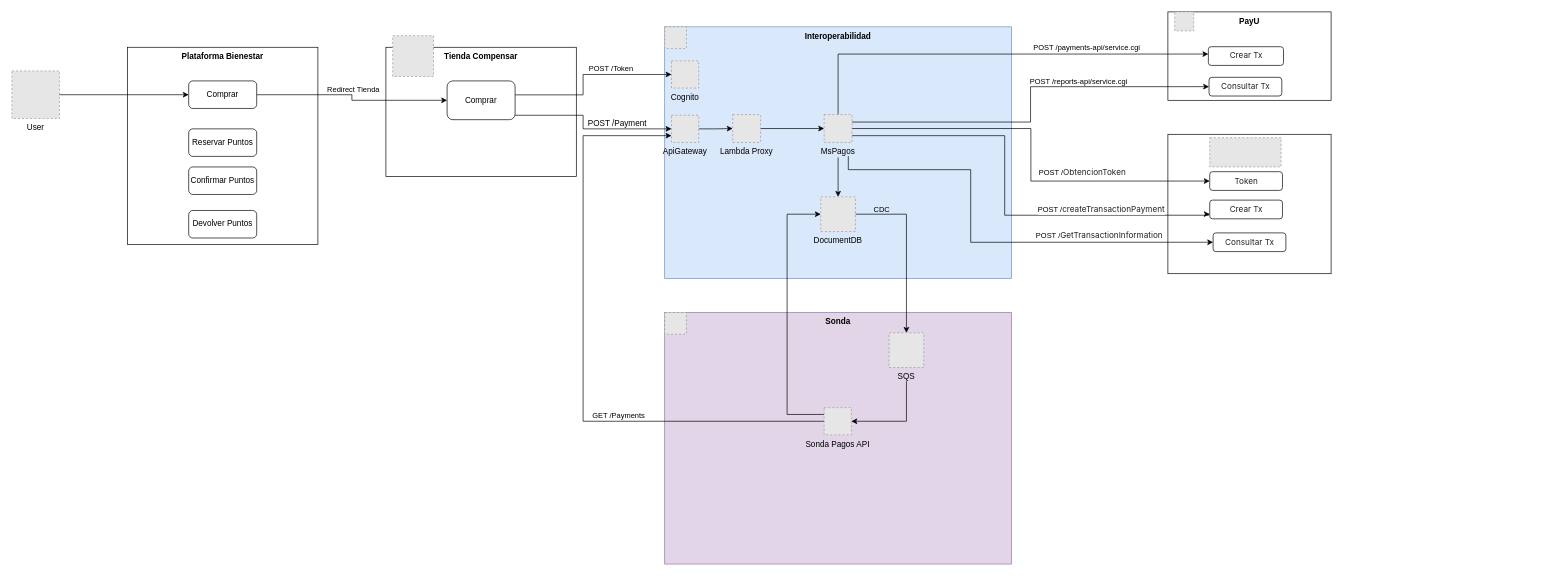
Before: R+D.drawio in carlosvalderrama1204/diagrams, a draw.io diagram. Source tidied: cells renumbered, new cells numbered last; positions are measured from the earlier drawing's top-left corner, leaving out a move shared by most shapes. Both pictures are drawn from the tidied source at 68%, with x=0, y=0 at pixel (12, 12). Pictures stored in the file or linked from it are replaced by grey dashed boxes.
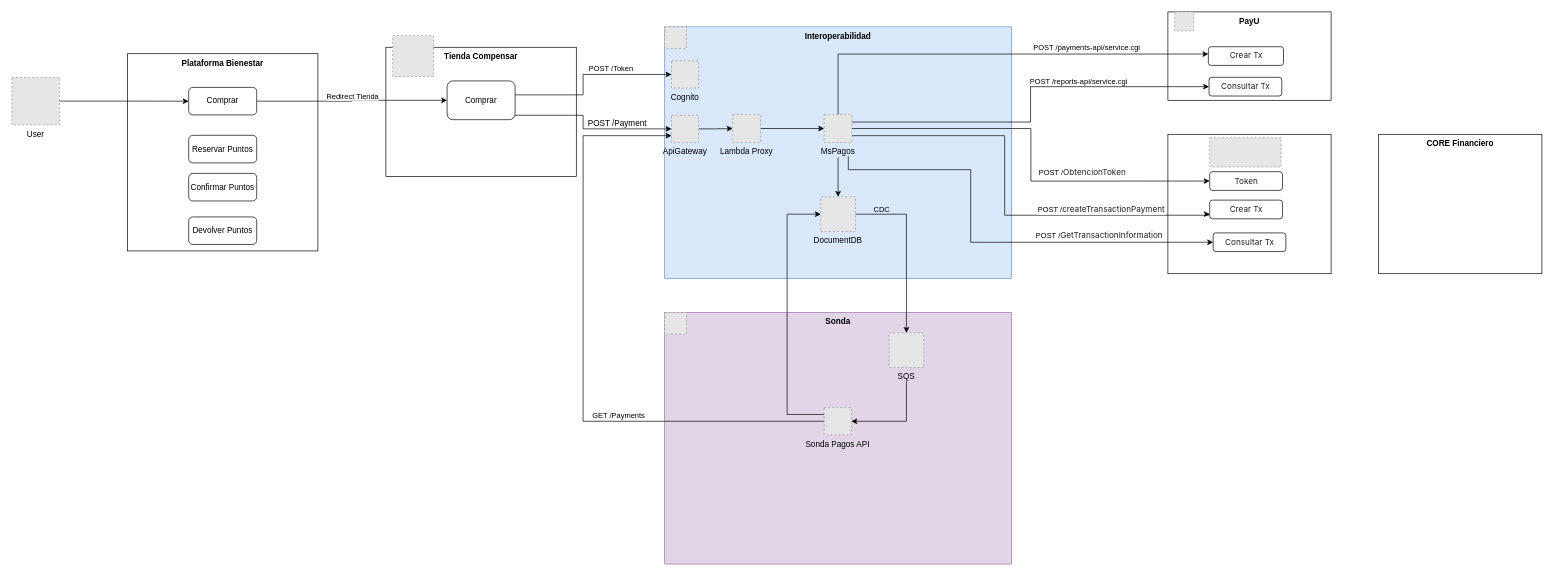
The same page after the edit.

What changed in the source:
```diff
@@
     <mxCell id="9" value="Plataforma Bienestar" style="rounded=0;whiteSpace=wrap;html=1;verticalAlign=top;fontStyle=1;textShadow=0;" parent="1" vertex="1">
-      <mxGeometry x="170" y="52" width="280" height="290" as="geometry" />
+      <mxGeometry x="170" y="61.5" width="280" height="290" as="geometry" />
     </mxCell>
     <mxCell id="10" value="User" style="fillColor=#E6E6E6;strokeColor=#999999;dashed=1;verticalLabelPosition=bottom;labelBackgroundColor=default;verticalAlign=top;" parent="1" vertex="1">
-      <mxGeometry y="86.8" width="70" height="70" as="geometry" />
+      <mxGeometry y="96.2" width="70" height="70" as="geometry" />
     </mxCell>
@@
     <mxCell id="14" value="Comprar" style="rounded=1;whiteSpace=wrap;html=1;" parent="1" vertex="1">
-      <mxGeometry x="260" y="101.5" width="100" height="40.5" as="geometry" />
+      <mxGeometry x="260" y="111" width="100" height="40.5" as="geometry" />
     </mxCell>
@@
     <mxCell id="48" value="Reservar Puntos" style="rounded=1;whiteSpace=wrap;html=1;" parent="1" vertex="1">
-      <mxGeometry x="260" y="172" width="100" height="40.5" as="geometry" />
+      <mxGeometry x="260" y="181.5" width="100" height="40.5" as="geometry" />
     </mxCell>
     <mxCell id="49" value="Confirmar Puntos" style="rounded=1;whiteSpace=wrap;html=1;" parent="1" vertex="1">
-      <mxGeometry x="260" y="228" width="100" height="40.5" as="geometry" />
+      <mxGeometry x="260" y="237.5" width="100" height="40.5" as="geometry" />
     </mxCell>
     <mxCell id="50" value="Devolver Puntos" style="rounded=1;whiteSpace=wrap;html=1;" parent="1" vertex="1">
-      <mxGeometry x="260" y="292" width="100" height="40.5" as="geometry" />
+      <mxGeometry x="260" y="301.5" width="100" height="40.5" as="geometry" />
     </mxCell>
@@
+    <mxCell id="58" value="CORE Financiero" style="rounded=0;whiteSpace=wrap;html=1;fontStyle=1;verticalAlign=top;" parent="1" vertex="1">
+      <mxGeometry x="2010" y="180" width="240" height="205" as="geometry" />
+    </mxCell>
```
